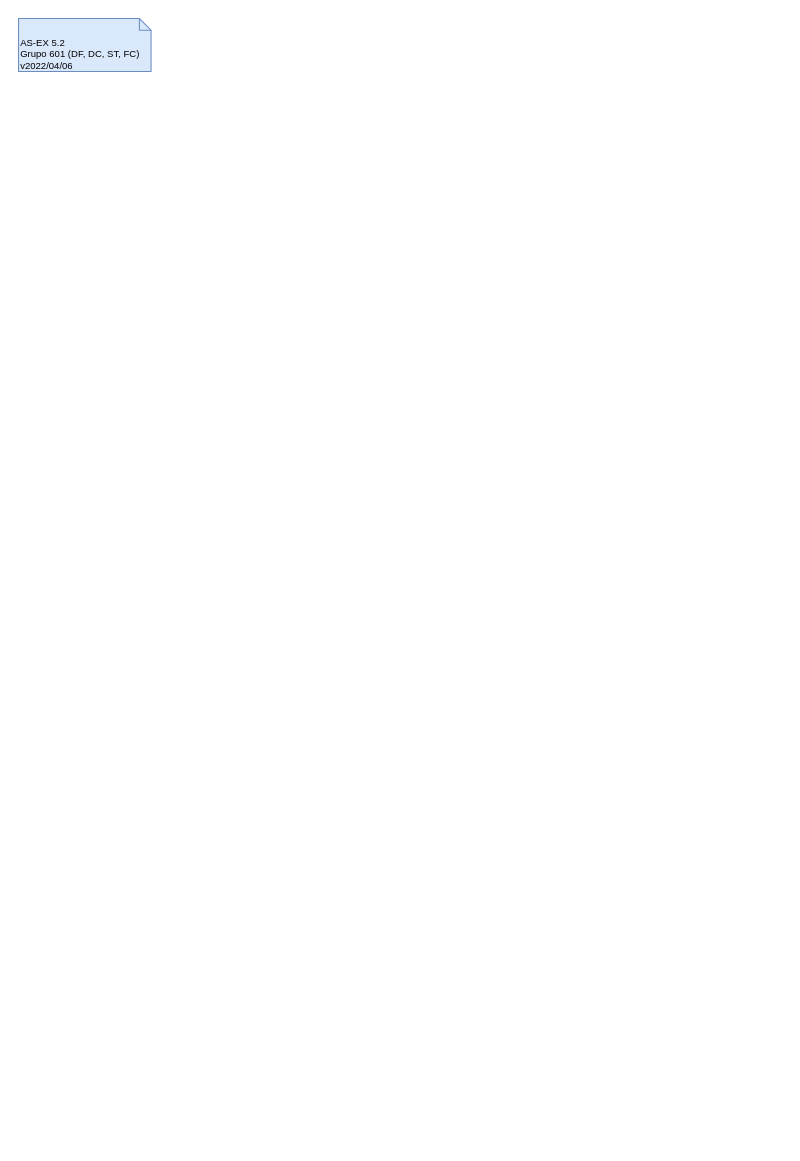
DavidAraujo98/AS keeps this draw.io diagram as page "5.2" (1 of 3) of P/P05/P5.drawio. Above is the earlier version. Source tidied: cells renumbered, new cells numbered last; positions are measured from the earlier drawing's top-left corner, leaving out a move shared by most shapes. Both pictures are drawn from the tidied source at 106%, with x=0, y=0 at pixel (18, 18).
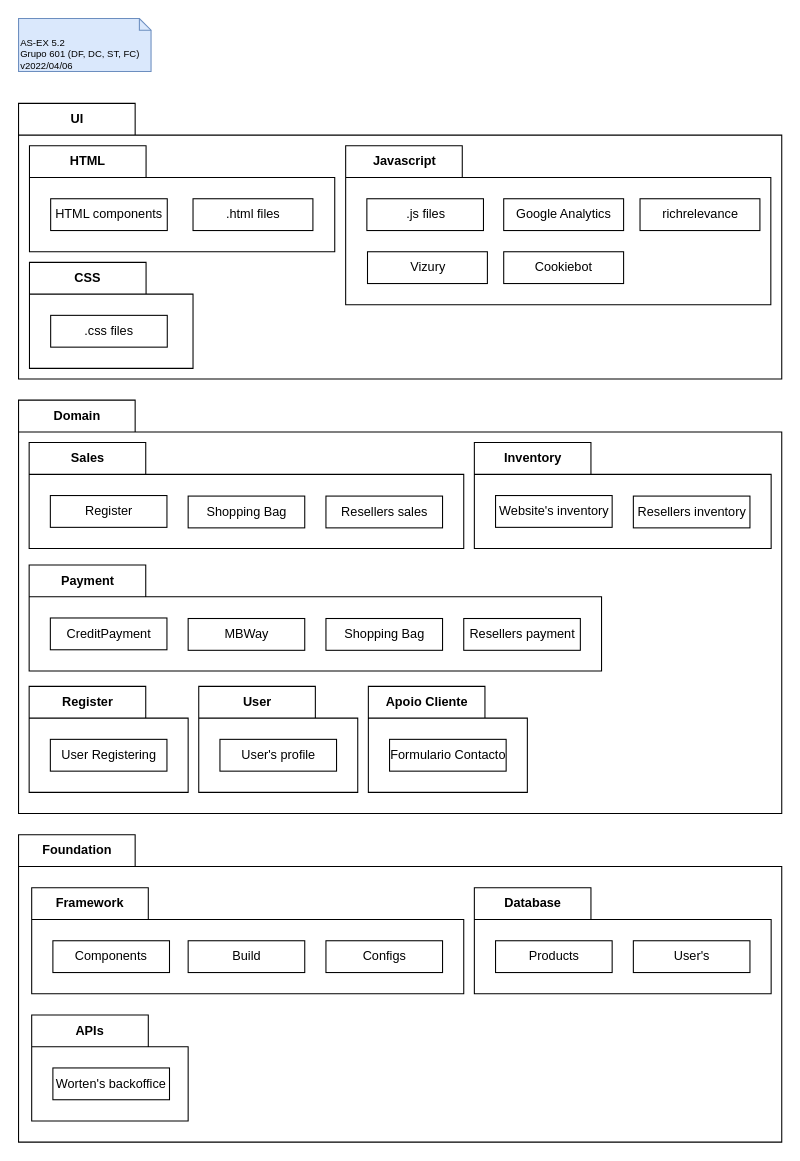
The same diagram, later.

What changed in the source:
```diff
@@
+    <mxCell id="3" value="UI" style="shape=folder;fontStyle=1;tabWidth=110;tabHeight=30;tabPosition=left;html=1;boundedLbl=1;labelInHeader=1;" parent="1" vertex="1">
+      <mxGeometry y="80" width="720" height="260" as="geometry" />
+    </mxCell>
+    <mxCell id="4" style="html=1;strokeColor=none;fillColor=none;" parent="3" vertex="1">
+      <mxGeometry width="720" height="182" relative="1" as="geometry">
+        <mxPoint y="30" as="offset" />
+      </mxGeometry>
+    </mxCell>
+    <mxCell id="5" value="HTML" style="shape=folder;fontStyle=1;tabWidth=110;tabHeight=30;tabPosition=left;html=1;boundedLbl=1;labelInHeader=1;" parent="3" vertex="1">
+      <mxGeometry x="10.3" y="40" width="288" height="100" as="geometry" />
+    </mxCell>
+    <mxCell id="6" value="HTML components" style="html=1;" parent="5" vertex="1">
+      <mxGeometry width="110" height="30" relative="1" as="geometry">
+        <mxPoint x="20" y="50" as="offset" />
+      </mxGeometry>
+    </mxCell>
+    <mxCell id="7" value=".html files" style="html=1;" parent="5" vertex="1">
+      <mxGeometry x="154.3" y="50" width="113.1" height="30" as="geometry" />
+    </mxCell>
+    <mxCell id="8" value="CSS" style="shape=folder;fontStyle=1;tabWidth=110;tabHeight=30;tabPosition=left;html=1;boundedLbl=1;labelInHeader=1;" parent="3" vertex="1">
+      <mxGeometry x="10.3" y="150" width="154.3" height="100" as="geometry" />
+    </mxCell>
+    <mxCell id="9" value=".css files" style="html=1;" parent="8" vertex="1">
+      <mxGeometry width="110" height="30" relative="1" as="geometry">
+        <mxPoint x="20" y="50" as="offset" />
+      </mxGeometry>
+    </mxCell>
+    <mxCell id="10" value="Javascript" style="shape=folder;fontStyle=1;tabWidth=110;tabHeight=30;tabPosition=left;html=1;boundedLbl=1;labelInHeader=1;" parent="3" vertex="1">
+      <mxGeometry x="308.6" y="40" width="401.1" height="150" as="geometry" />
+    </mxCell>
+    <mxCell id="11" value=".js files" style="html=1;" parent="10" vertex="1">
+      <mxGeometry width="110" height="30" relative="1" as="geometry">
+        <mxPoint x="20" y="50" as="offset" />
+      </mxGeometry>
+    </mxCell>
+    <mxCell id="12" value="Google Analytics" style="html=1;" parent="10" vertex="1">
+      <mxGeometry x="149.1" y="50" width="113.1" height="30" as="geometry" />
+    </mxCell>
+    <mxCell id="13" value="Cookiebot" style="html=1;" parent="10" vertex="1">
+      <mxGeometry x="149.1" y="100" width="113.1" height="30" as="geometry" />
+    </mxCell>
+    <mxCell id="14" value="Vizury" style="html=1;" parent="10" vertex="1">
+      <mxGeometry x="20.6" y="100" width="113.1" height="30" as="geometry" />
+    </mxCell>
+    <mxCell id="15" value="richrelevance" style="html=1;" parent="10" vertex="1">
+      <mxGeometry x="277.7" y="50" width="113.1" height="30" as="geometry" />
+    </mxCell>
+    <mxCell id="16" value="Domain" style="shape=folder;fontStyle=1;tabWidth=110;tabHeight=30;tabPosition=left;html=1;boundedLbl=1;labelInHeader=1;" parent="1" vertex="1">
+      <mxGeometry y="360" width="720" height="390" as="geometry" />
+    </mxCell>
+    <mxCell id="17" value="Sales" style="shape=folder;fontStyle=1;tabWidth=110;tabHeight=30;tabPosition=left;html=1;boundedLbl=1;labelInHeader=1;" parent="16" vertex="1">
+      <mxGeometry x="10" y="40" width="410" height="100" as="geometry" />
+    </mxCell>
+    <mxCell id="18" value="Register" style="html=1;" parent="17" vertex="1">
+      <mxGeometry width="110" height="30" relative="1" as="geometry">
+        <mxPoint x="20" y="50" as="offset" />
+      </mxGeometry>
+    </mxCell>
+    <mxCell id="19" value="Shopping Bag" style="html=1;" parent="17" vertex="1">
+      <mxGeometry x="150" y="50.5" width="110" height="30" as="geometry" />
+    </mxCell>
+    <mxCell id="20" value="Resellers sales" style="html=1;" parent="17" vertex="1">
+      <mxGeometry x="280" y="50.5" width="110" height="30" as="geometry" />
+    </mxCell>
+    <mxCell id="21" value="Payment" style="shape=folder;fontStyle=1;tabWidth=110;tabHeight=30;tabPosition=left;html=1;boundedLbl=1;labelInHeader=1;" parent="16" vertex="1">
+      <mxGeometry x="10" y="155.5" width="540" height="100" as="geometry" />
+    </mxCell>
+    <mxCell id="22" value="CreditPayment" style="html=1;" parent="21" vertex="1">
+      <mxGeometry width="110" height="30" relative="1" as="geometry">
+        <mxPoint x="20" y="50" as="offset" />
+      </mxGeometry>
+    </mxCell>
+    <mxCell id="23" value="MBWay" style="html=1;" parent="21" vertex="1">
+      <mxGeometry x="150" y="50.5" width="110" height="30" as="geometry" />
+    </mxCell>
+    <mxCell id="24" value="Shopping Bag" style="html=1;" parent="21" vertex="1">
+      <mxGeometry x="280" y="50.5" width="110" height="30" as="geometry" />
+    </mxCell>
+    <mxCell id="25" value="Resellers payment" style="html=1;" parent="21" vertex="1">
+      <mxGeometry x="410" y="50.5" width="110" height="30" as="geometry" />
+    </mxCell>
+    <mxCell id="26" value="Inventory" style="shape=folder;fontStyle=1;tabWidth=110;tabHeight=30;tabPosition=left;html=1;boundedLbl=1;labelInHeader=1;" parent="16" vertex="1">
+      <mxGeometry x="430" y="40" width="280" height="100" as="geometry" />
+    </mxCell>
+    <mxCell id="27" value="Website's inventory" style="html=1;" parent="26" vertex="1">
+      <mxGeometry width="110" height="30" relative="1" as="geometry">
+        <mxPoint x="20" y="50" as="offset" />
+      </mxGeometry>
+    </mxCell>
+    <mxCell id="28" value="Resellers inventory" style="html=1;" parent="26" vertex="1">
+      <mxGeometry x="150" y="50.5" width="110" height="30" as="geometry" />
+    </mxCell>
+    <mxCell id="29" value="Register" style="shape=folder;fontStyle=1;tabWidth=110;tabHeight=30;tabPosition=left;html=1;boundedLbl=1;labelInHeader=1;" parent="16" vertex="1">
+      <mxGeometry x="10" y="270" width="150" height="100" as="geometry" />
+    </mxCell>
+    <mxCell id="30" value="User Registering" style="html=1;" parent="29" vertex="1">
+      <mxGeometry width="110" height="30" relative="1" as="geometry">
+        <mxPoint x="20" y="50" as="offset" />
+      </mxGeometry>
+    </mxCell>
+    <mxCell id="31" value="User" style="shape=folder;fontStyle=1;tabWidth=110;tabHeight=30;tabPosition=left;html=1;boundedLbl=1;labelInHeader=1;" parent="16" vertex="1">
+      <mxGeometry x="170" y="270" width="150" height="100" as="geometry" />
+    </mxCell>
+    <mxCell id="32" value="User's profile" style="html=1;" parent="31" vertex="1">
+      <mxGeometry width="110" height="30" relative="1" as="geometry">
+        <mxPoint x="20" y="50" as="offset" />
+      </mxGeometry>
+    </mxCell>
+    <mxCell id="33" value="Apoio Cliente" style="shape=folder;fontStyle=1;tabWidth=110;tabHeight=30;tabPosition=left;html=1;boundedLbl=1;labelInHeader=1;" parent="16" vertex="1">
+      <mxGeometry x="330" y="270" width="150" height="100" as="geometry" />
+    </mxCell>
+    <mxCell id="34" value="Formulario Contacto" style="html=1;" parent="33" vertex="1">
+      <mxGeometry width="110" height="30" relative="1" as="geometry">
+        <mxPoint x="20" y="50" as="offset" />
+      </mxGeometry>
+    </mxCell>
+    <mxCell id="35" value="Foundation" style="shape=folder;fontStyle=1;tabWidth=110;tabHeight=30;tabPosition=left;html=1;boundedLbl=1;labelInHeader=1;" parent="1" vertex="1">
+      <mxGeometry y="770" width="720" height="290" as="geometry" />
+    </mxCell>
+    <mxCell id="36" value="Framework" style="shape=folder;fontStyle=1;tabWidth=110;tabHeight=30;tabPosition=left;html=1;boundedLbl=1;labelInHeader=1;" parent="35" vertex="1">
+      <mxGeometry x="12.4" y="50" width="407.6" height="100" as="geometry" />
+    </mxCell>
+    <mxCell id="37" value="Components" style="html=1;" parent="36" vertex="1">
+      <mxGeometry width="110" height="30" relative="1" as="geometry">
+        <mxPoint x="20" y="50" as="offset" />
+      </mxGeometry>
+    </mxCell>
+    <mxCell id="38" value="Build" style="html=1;" parent="36" vertex="1">
+      <mxGeometry x="147.6" y="50" width="110" height="30" as="geometry" />
+    </mxCell>
+    <mxCell id="39" value="Configs" style="html=1;" parent="36" vertex="1">
+      <mxGeometry x="277.6" y="50" width="110" height="30" as="geometry" />
+    </mxCell>
+    <mxCell id="40" value="Database" style="shape=folder;fontStyle=1;tabWidth=110;tabHeight=30;tabPosition=left;html=1;boundedLbl=1;labelInHeader=1;" parent="35" vertex="1">
+      <mxGeometry x="430" y="50" width="280" height="100" as="geometry" />
+    </mxCell>
+    <mxCell id="41" value="Products" style="html=1;" parent="40" vertex="1">
+      <mxGeometry width="110" height="30" relative="1" as="geometry">
+        <mxPoint x="20" y="50" as="offset" />
+      </mxGeometry>
+    </mxCell>
+    <mxCell id="42" value="User's" style="html=1;" parent="40" vertex="1">
+      <mxGeometry x="150" y="50" width="110" height="30" as="geometry" />
+    </mxCell>
+    <mxCell id="43" value="APIs" style="shape=folder;fontStyle=1;tabWidth=110;tabHeight=30;tabPosition=left;html=1;boundedLbl=1;labelInHeader=1;" parent="35" vertex="1">
+      <mxGeometry x="12.4" y="170" width="147.6" height="100" as="geometry" />
+    </mxCell>
+    <mxCell id="44" value="Worten's backoffice" style="html=1;" parent="43" vertex="1">
+      <mxGeometry width="110" height="30" relative="1" as="geometry">
+        <mxPoint x="20" y="50" as="offset" />
+      </mxGeometry>
+    </mxCell>
```
